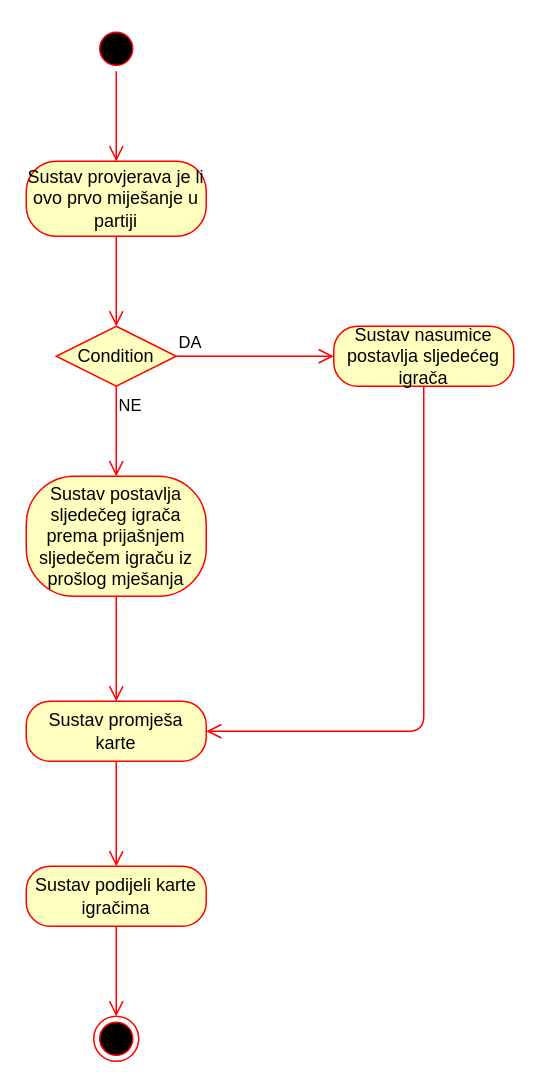
Earlier version of the draw.io diagram page "Activity: Dijeljenje karata" (4 of 10) of Dijagram.drawio (TheRealJoci/Tressette-Terminal-Card-Game). Source tidied: cells renumbered, new cells numbered last; positions are measured from the earlier drawing's top-left corner, leaving out a move shared by most shapes. Both pictures are drawn from the tidied source at 150%, with x=0, y=0 at pixel (26, 26).
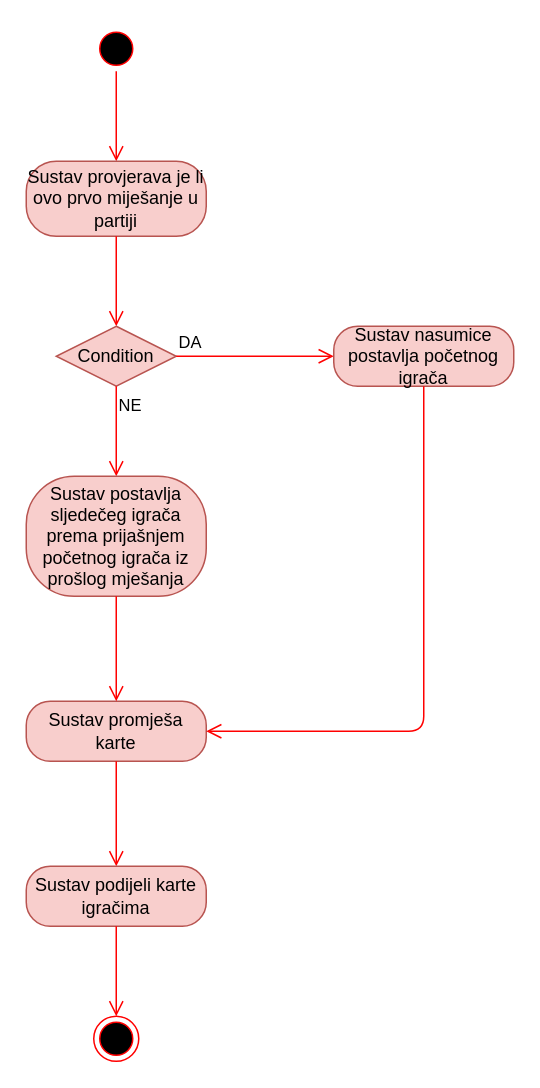
After the change.

The edit, as a diff of the source:
```diff
@@
-    <mxCell id="4" value="Sustav promješa karte" style="rounded=1;whiteSpace=wrap;html=1;arcSize=40;fontColor=#000000;fillColor=#ffffc0;strokeColor=#ff0000;" parent="1" vertex="1">
+    <mxCell id="4" value="Sustav promješa karte" style="rounded=1;whiteSpace=wrap;html=1;arcSize=40;fillColor=#f8cecc;strokeColor=#b85450;" parent="1" vertex="1">
       <mxGeometry y="450" width="120" height="40" as="geometry" />
     </mxCell>
@@
-    <mxCell id="7" value="Sustav provjerava je li ovo prvo miješanje u partiji" style="rounded=1;whiteSpace=wrap;html=1;arcSize=40;fontColor=#000000;fillColor=#ffffc0;strokeColor=#ff0000;" parent="1" vertex="1">
+    <mxCell id="7" value="Sustav provjerava je li ovo prvo miješanje u partiji" style="rounded=1;whiteSpace=wrap;html=1;arcSize=40;fillColor=#f8cecc;strokeColor=#b85450;" parent="1" vertex="1">
       <mxGeometry y="90" width="120" height="50" as="geometry" />
     </mxCell>
@@
-    <mxCell id="9" value="Condition" style="rhombus;whiteSpace=wrap;html=1;fillColor=#ffffc0;strokeColor=#ff0000;" parent="1" vertex="1">
+    <mxCell id="9" value="Condition" style="rhombus;whiteSpace=wrap;html=1;fillColor=#f8cecc;strokeColor=#b85450;" parent="1" vertex="1">
       <mxGeometry x="20" y="200" width="80" height="40" as="geometry" />
     </mxCell>
@@
-    <mxCell id="12" value="Sustav postavlja sljedečeg igrača prema prijašnjem sljedečem igraču iz prošlog mješanja" style="rounded=1;whiteSpace=wrap;html=1;arcSize=40;fontColor=#000000;fillColor=#ffffc0;strokeColor=#ff0000;" parent="1" vertex="1">
+    <mxCell id="12" value="Sustav postavlja sljedečeg igrača prema prijašnjem početnog igrača iz prošlog mješanja" style="rounded=1;whiteSpace=wrap;html=1;arcSize=40;fillColor=#f8cecc;strokeColor=#b85450;" parent="1" vertex="1">
       <mxGeometry y="300" width="120" height="80" as="geometry" />
     </mxCell>
@@
-    <mxCell id="14" value="Sustav nasumice postavlja sljedećeg igrača" style="rounded=1;whiteSpace=wrap;html=1;arcSize=40;fontColor=#000000;fillColor=#ffffc0;strokeColor=#ff0000;" parent="1" vertex="1">
+    <mxCell id="14" value="Sustav nasumice postavlja početnog igrača" style="rounded=1;whiteSpace=wrap;html=1;arcSize=40;fillColor=#f8cecc;strokeColor=#b85450;" parent="1" vertex="1">
       <mxGeometry x="205" y="200" width="120" height="40" as="geometry" />
     </mxCell>
@@
-    <mxCell id="16" value="Sustav podijeli karte igračima" style="rounded=1;whiteSpace=wrap;html=1;arcSize=40;fontColor=#000000;fillColor=#ffffc0;strokeColor=#ff0000;" parent="1" vertex="1">
+    <mxCell id="16" value="Sustav podijeli karte igračima" style="rounded=1;whiteSpace=wrap;html=1;arcSize=40;fillColor=#f8cecc;strokeColor=#b85450;" parent="1" vertex="1">
       <mxGeometry y="560" width="120" height="40" as="geometry" />
     </mxCell>
```
